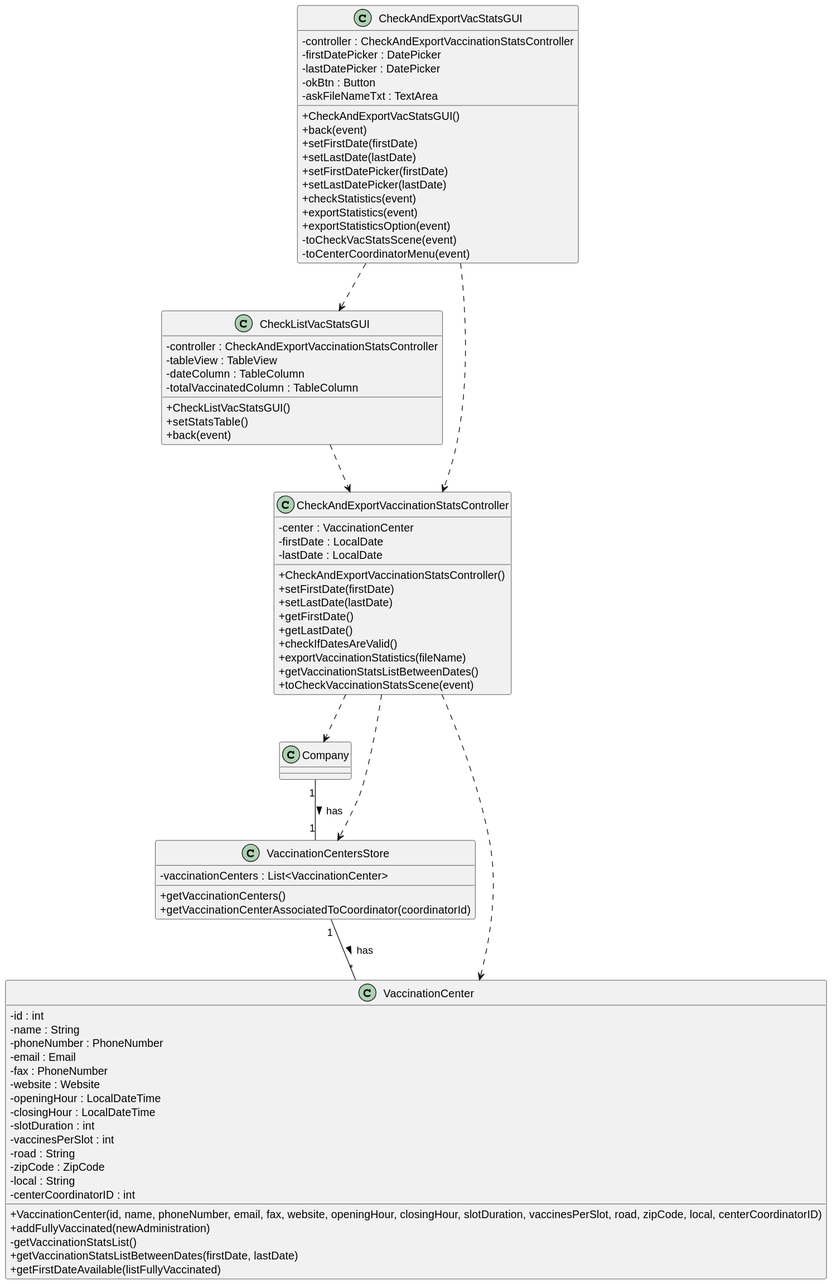
Pirussa/lei-22-s2-1da-g02 keeps this PlantUML diagram as docs/SprintD/US015/US015_CD.svg. Above is the earlier version.
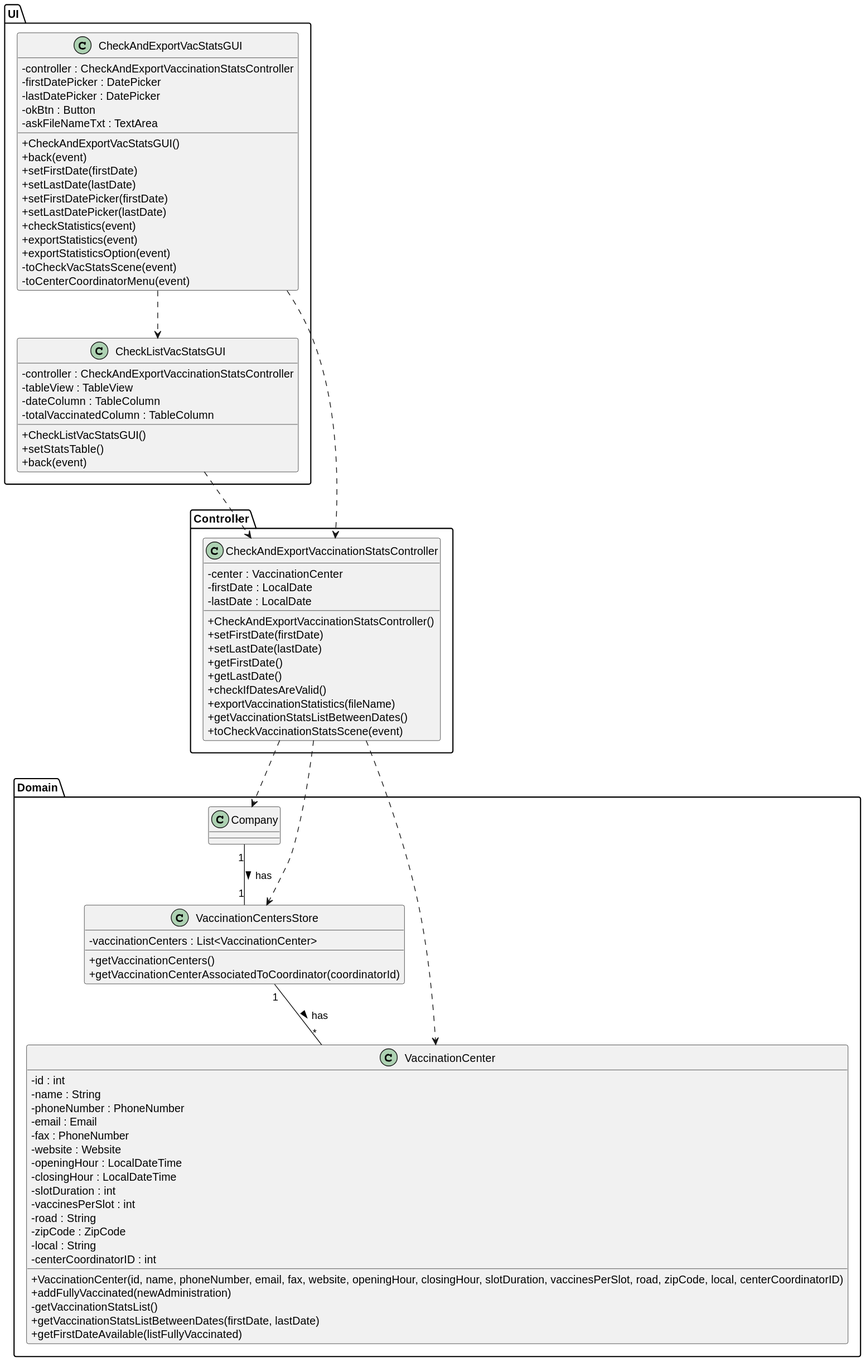
The same diagram one commit later.

The edit, as a diff of the source:
```diff
@@ -2,7 +2,7 @@
 skinparam classAttributeIconSize 0
 
 
-
+package UI {
 class CheckAndExportVacStatsGUI {
 -controller : CheckAndExportVaccinationStatsController
 -firstDatePicker : DatePicker
@@ -33,9 +33,9 @@
 +setStatsTable()
 +back(event)
 }
+}
 
-
-
+package Controller {
 class CheckAndExportVaccinationStatsController {
 -center : VaccinationCenter
 - firstDate : LocalDate
@@ -50,9 +50,9 @@
 +getVaccinationStatsListBetweenDates()
 +toCheckVaccinationStatsScene(event)
 }
+}
 
-
-
+package Domain {
 class Company{
 
 }
@@ -85,7 +85,7 @@
 +getVaccinationCenterAssociatedToCoordinator(coordinatorId)
 
 }
-
+}
 
 CheckAndExportVacStatsGUI ..> CheckListVacStatsGUI
 CheckAndExportVacStatsGUI ..> CheckAndExportVaccinationStatsController
```
